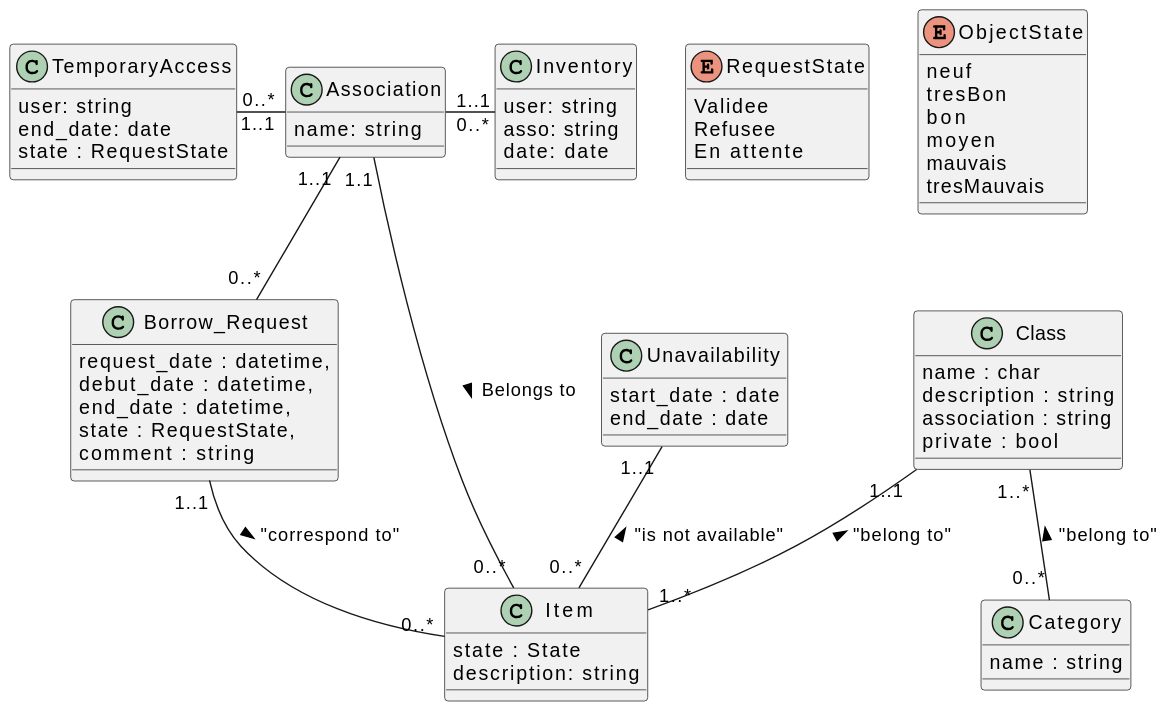
Earlier version of the PlantUML export Conception/UML_V4.svg (myrtmyrt/Bobby). Its diagram source:
```plantuml
@startuml
enum RequestState{
    Validee
    Refusee
    En attente
}

enum ObjectState{
    neuf
    tresBon
    bon
    moyen
    mauvais
    tresMauvais
}

class TemporaryAccess{
    user: string
    end_date: date
    state : RequestState
}

class Item{
    state : State
    description: string
}

class Class{
    name : char
    description : string
    association : string
    private : bool
}

class Category{
    name : string
}

class Unavailability{
start_date : date
end_date : date
}

class Borrow_Request{
request_date : datetime,
debut_date : datetime,
end_date : datetime,
state : RequestState,
comment : string
}

class Inventory{
    user: string
    asso: string
    date: date
}

class Association{
    name: string
}

Class  "1..1" --  "1..*" Item : "belong to" <
Borrow_Request "1..1" -- "0..*" Item : "correspond to" >
Class "1..*" -- "0..*" Category : "belong to" <
Unavailability "1..1" -- "0..*" Item : "is not available" <
TemporaryAccess "0..*" - "1..1" Association
Association "1..1" - "0..*" Inventory
Association "1..1" -- "0..*" Borrow_Request
Association "1.1" - "0..*" Item :  Belongs to >
@enduml
```
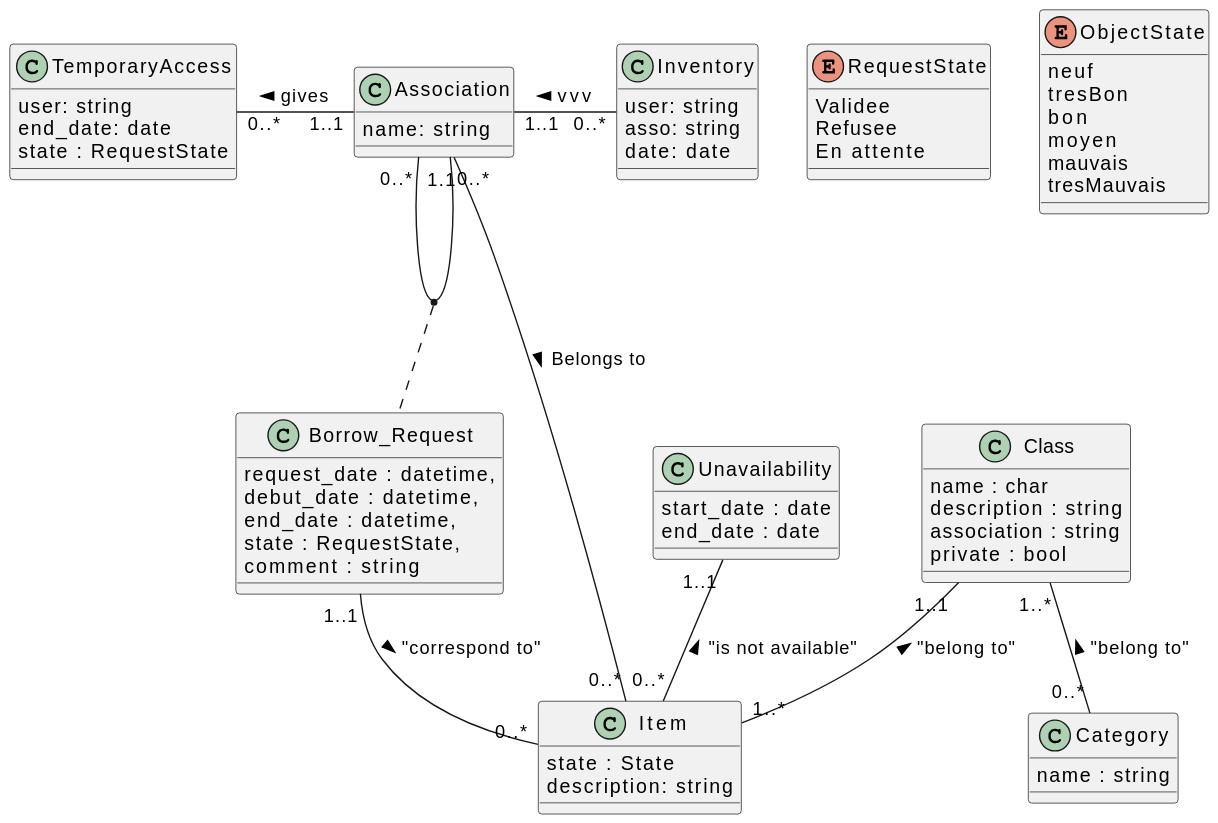
Later version of the same file.

Diff of the diagram source:
```diff
@@ -63,8 +63,9 @@
 Borrow_Request "1..1" -- "0..*" Item : "correspond to" >
 Class "1..*" -- "0..*" Category : "belong to" <
 Unavailability "1..1" -- "0..*" Item : "is not available" <
-TemporaryAccess "0..*" - "1..1" Association
-Association "1..1" - "0..*" Inventory
-Association "1..1" -- "0..*" Borrow_Request
-Association "1.1" - "0..*" Item :  Belongs to >
+TemporaryAccess "0..*" - "1..1" Association : gives <
+Association "1..1" - "0..*" Inventory : vvv <
+Association "1.1" -- "0..*" Item :  Belongs to >
+Association "0..*" -- "0..*" Association
+(Association, Association) . Borrow_Request
 @enduml
```
